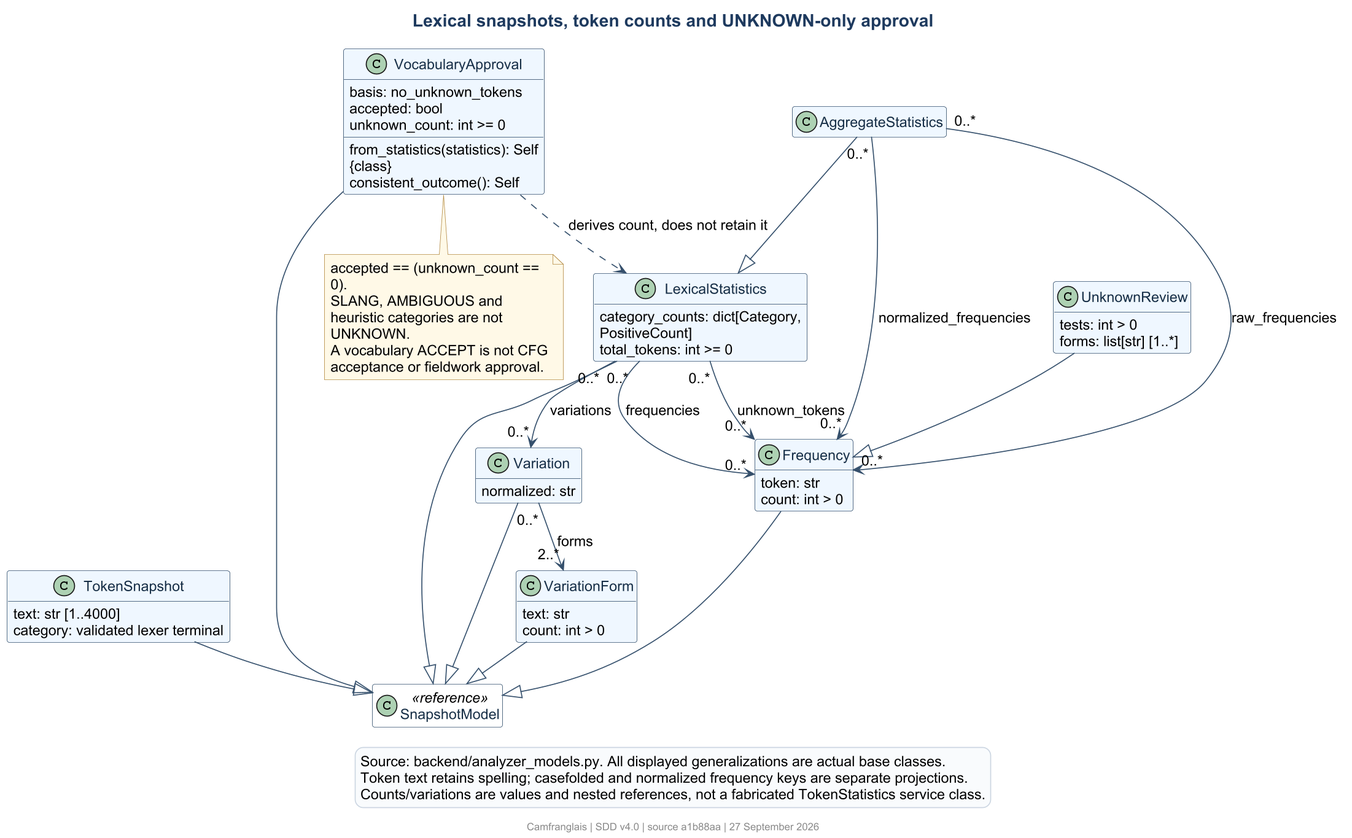
Before: docs/diagrams/class-lexical-statistics.png, a diagram exported from PlantUML (Suraku237/francanglaiscompiler).
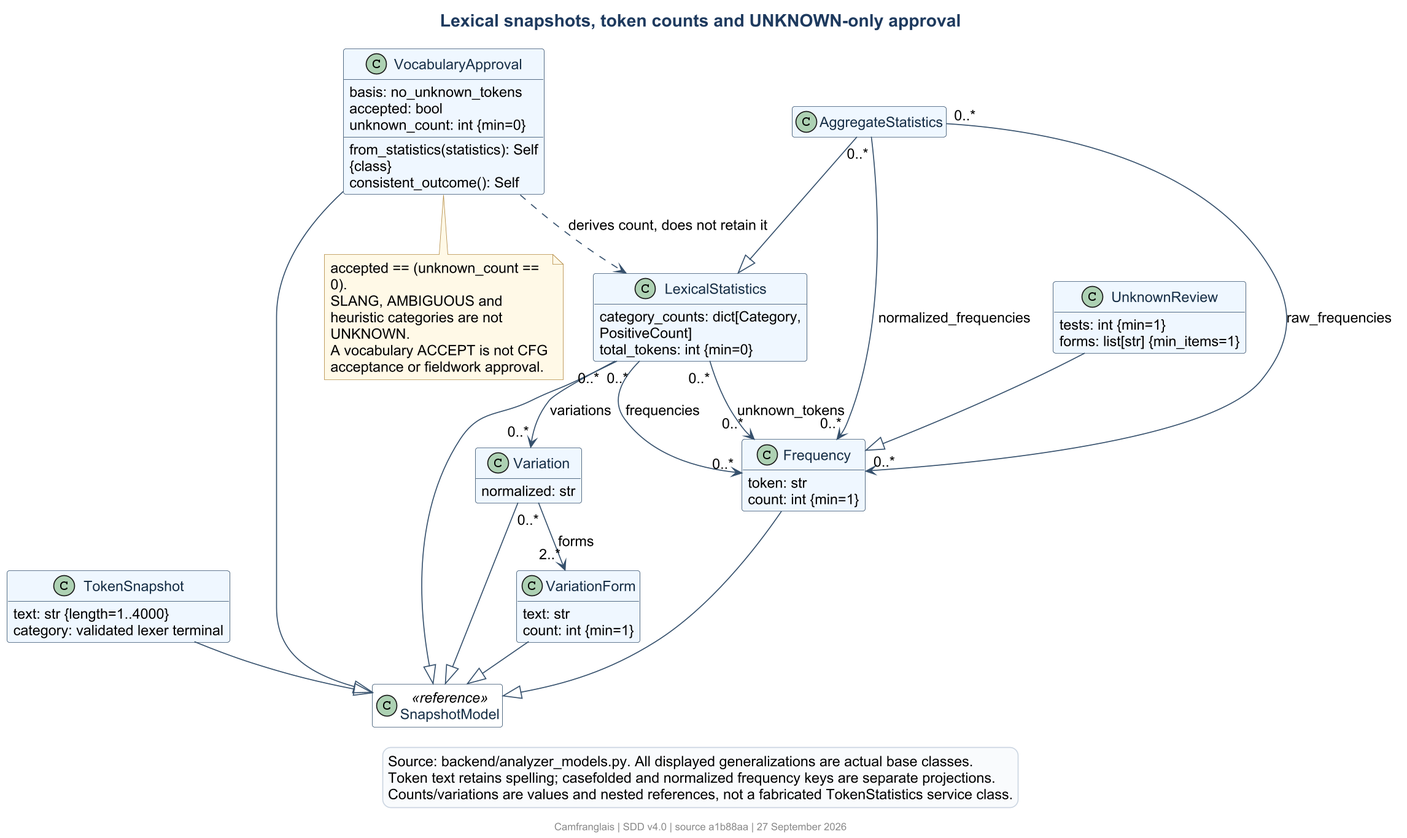
Later version of the same file.

Diff of the diagram source:
```diff
@@ -4,35 +4,35 @@
 hide empty members
 class SnapshotModel <<reference>>
 class TokenSnapshot {
-  text: str [1..4000]
+  text: str {length=1..4000}
   category: validated lexer terminal
 }
 class Frequency {
   token: str
-  count: int > 0
+  count: int {min=1}
 }
 class VariationForm {
   text: str
-  count: int > 0
+  count: int {min=1}
 }
 class Variation {
   normalized: str
 }
 class LexicalStatistics {
   category_counts: dict[Category, PositiveCount]
-  total_tokens: int >= 0
+  total_tokens: int {min=0}
 }
 class VocabularyApproval {
   basis: no_unknown_tokens
   accepted: bool
-  unknown_count: int >= 0
+  unknown_count: int {min=0}
   from_statistics(statistics): Self {class}
   consistent_outcome(): Self
 }
 class AggregateStatistics
 class UnknownReview {
-  tests: int > 0
-  forms: list[str] [1..*]
+  tests: int {min=1}
+  forms: list[str] {min_items=1}
 }
 TokenSnapshot --|> SnapshotModel
 Frequency --|> SnapshotModel
```
